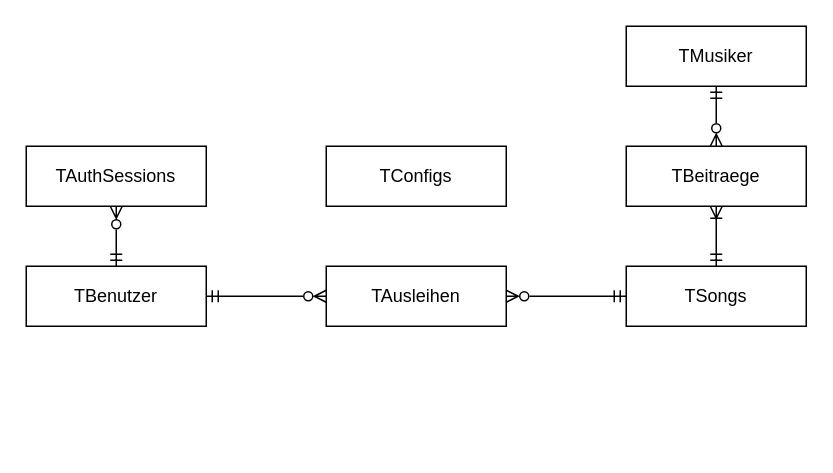
Above: diagrams/ERM.drawio in luishutterli/jukestack (draw.io), before the change. Source tidied: cells renumbered, new cells numbered last; positions are measured from the earlier drawing's top-left corner, leaving out a move shared by most shapes. Both pictures are drawn from the tidied source at 150%, with x=0, y=0 at pixel (26, 26).
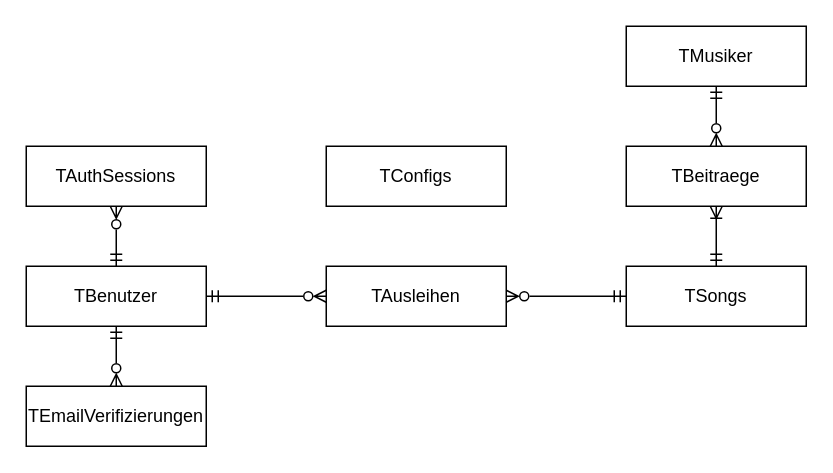
Above is the later version.

The edit, as a diff of the source:
```diff
@@
 <mxGraphModel>
   <root>
     <mxCell id="0" />
     <mxCell id="1" parent="0" />
+    <mxCell id="14" style="edgeStyle=none;html=1;exitX=0.5;exitY=1;exitDx=0;exitDy=0;entryX=0.5;entryY=0;entryDx=0;entryDy=0;endArrow=ERzeroToMany;endFill=0;startArrow=ERmandOne;startFill=0;" parent="1" edge="1" source="2" target="15">
+      <mxGeometry relative="1" as="geometry" />
+    </mxCell>
     <mxCell id="2" value="TBenutzer" style="rounded=0;whiteSpace=wrap;html=1;" parent="1" vertex="1">
       <mxGeometry y="160" width="120" height="40" as="geometry" />
     </mxCell>
     <mxCell id="3" value="TSongs" style="rounded=0;whiteSpace=wrap;html=1;" parent="1" vertex="1">
       <mxGeometry x="400" y="160" width="120" height="40" as="geometry" />
     </mxCell>
     <mxCell id="4" value="TAusleihen" style="rounded=0;whiteSpace=wrap;html=1;" parent="1" vertex="1">
       <mxGeometry x="200" y="160" width="120" height="40" as="geometry" />
     </mxCell>
     <mxCell id="5" style="edgeStyle=orthogonalEdgeStyle;rounded=0;jettySize=auto;html=1;exitX=1;exitY=0.5;exitDx=0;exitDy=0;entryX=0;entryY=0.5;entryDx=0;entryDy=0;endArrow=ERzeroToMany;endFill=0;startArrow=ERmandOne;startFill=0;" parent="1" edge="1" source="2" target="4">
       <mxGeometry relative="1" as="geometry" />
     </mxCell>
     <mxCell id="6" style="edgeStyle=orthogonalEdgeStyle;rounded=0;jettySize=auto;html=1;exitX=0;exitY=0.5;exitDx=0;exitDy=0;endArrow=ERzeroToMany;endFill=0;startArrow=ERmandOne;startFill=0;" parent="1" edge="1" source="3">
       <mxGeometry relative="1" as="geometry">
         <mxPoint x="320" y="180" as="targetPoint" />
       </mxGeometry>
     </mxCell>
     <mxCell id="7" style="edgeStyle=none;html=1;exitX=0.5;exitY=1;exitDx=0;exitDy=0;entryX=0.5;entryY=0;entryDx=0;entryDy=0;endArrow=ERmandOne;endFill=0;startArrow=ERzeroToMany;startFill=0;" parent="1" edge="1" source="8" target="2">
       <mxGeometry relative="1" as="geometry" />
     </mxCell>
     <mxCell id="8" value="TAuthSessions" style="rounded=0;whiteSpace=wrap;html=1;" parent="1" vertex="1">
       <mxGeometry y="80" width="120" height="40" as="geometry" />
     </mxCell>
     <mxCell id="9" style="edgeStyle=none;html=1;exitX=0.5;exitY=1;exitDx=0;exitDy=0;entryX=0.5;entryY=0;entryDx=0;entryDy=0;startArrow=ERmandOne;startFill=0;endArrow=ERzeroToMany;endFill=0;" parent="1" edge="1" source="10" target="12">
       <mxGeometry relative="1" as="geometry" />
     </mxCell>
     <mxCell id="10" value="TMusiker" style="rounded=0;whiteSpace=wrap;html=1;" parent="1" vertex="1">
       <mxGeometry x="400" width="120" height="40" as="geometry" />
     </mxCell>
     <mxCell id="11" style="edgeStyle=none;html=1;exitX=0.5;exitY=1;exitDx=0;exitDy=0;entryX=0.5;entryY=0;entryDx=0;entryDy=0;startArrow=ERoneToMany;startFill=0;endArrow=ERmandOne;endFill=0;" parent="1" edge="1" source="12" target="3">
       <mxGeometry relative="1" as="geometry" />
     </mxCell>
     <mxCell id="12" value="TBeitraege" style="rounded=0;whiteSpace=wrap;html=1;" parent="1" vertex="1">
       <mxGeometry x="400" y="80" width="120" height="40" as="geometry" />
     </mxCell>
     <mxCell id="13" value="TConfigs" style="rounded=0;whiteSpace=wrap;html=1;" parent="1" vertex="1">
       <mxGeometry x="200" y="80" width="120" height="40" as="geometry" />
     </mxCell>
+    <mxCell id="15" value="TEmailVerifizierungen" style="rounded=0;whiteSpace=wrap;html=1;" parent="1" vertex="1">
+      <mxGeometry y="240" width="120" height="40" as="geometry" />
+    </mxCell>
   </root>
 </mxGraphModel>
```
